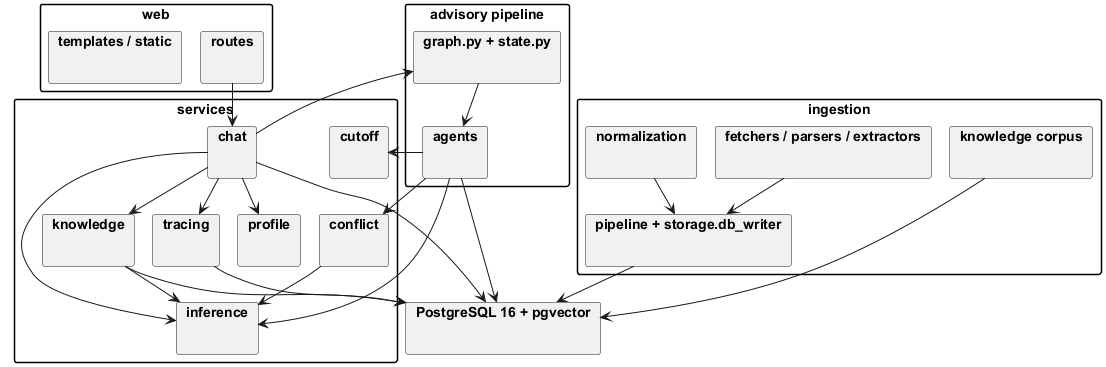
Before: latex/Figure/package_overview.png, a diagram exported from PlantUML (HNcranky/admission-advisory-system).
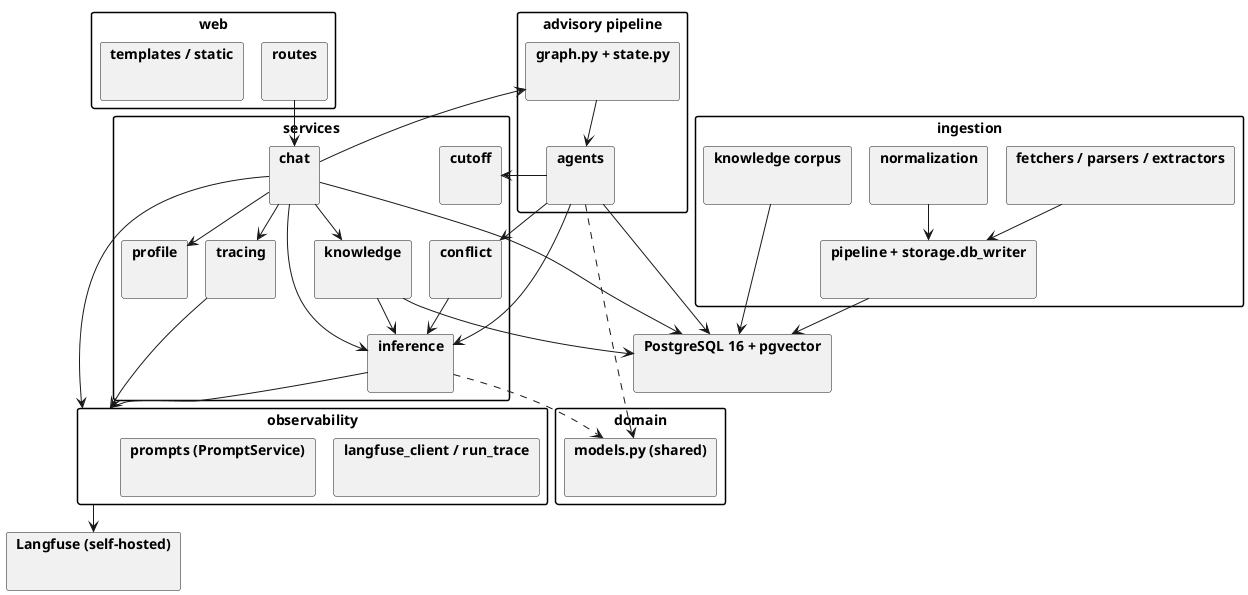
After the change.

What changed in the source:
```diff
@@ -33,7 +33,17 @@
   package "knowledge corpus" as ingknow {}
 }
 
+package "domain" as domain {
+  package "models.py (shared)" as dmodels {}
+}
+
+package "observability" as obs {
+  package "langfuse_client / run_trace" as lf {}
+  package "prompts (PromptService)" as prompts {}
+}
+
 package "PostgreSQL 16 + pgvector" as db {}
+package "Langfuse (self-hosted)" as langfuse {}
 
 routes --> chat
 chat --> knowledge
@@ -47,7 +57,10 @@
 knowledge --> inference
 conflict --> inference
 chat --> tracing
-tracing --> db
+tracing --> obs
+inference --> obs
+chat --> obs
+obs --> langfuse
 chat --> db
 knowledge --> db
 agents --> db
@@ -55,4 +68,6 @@
 fpe --> ingpipe
 norm --> ingpipe
 ingknow --> db
+inference ..> dmodels
+agents ..> dmodels
 @enduml
```
